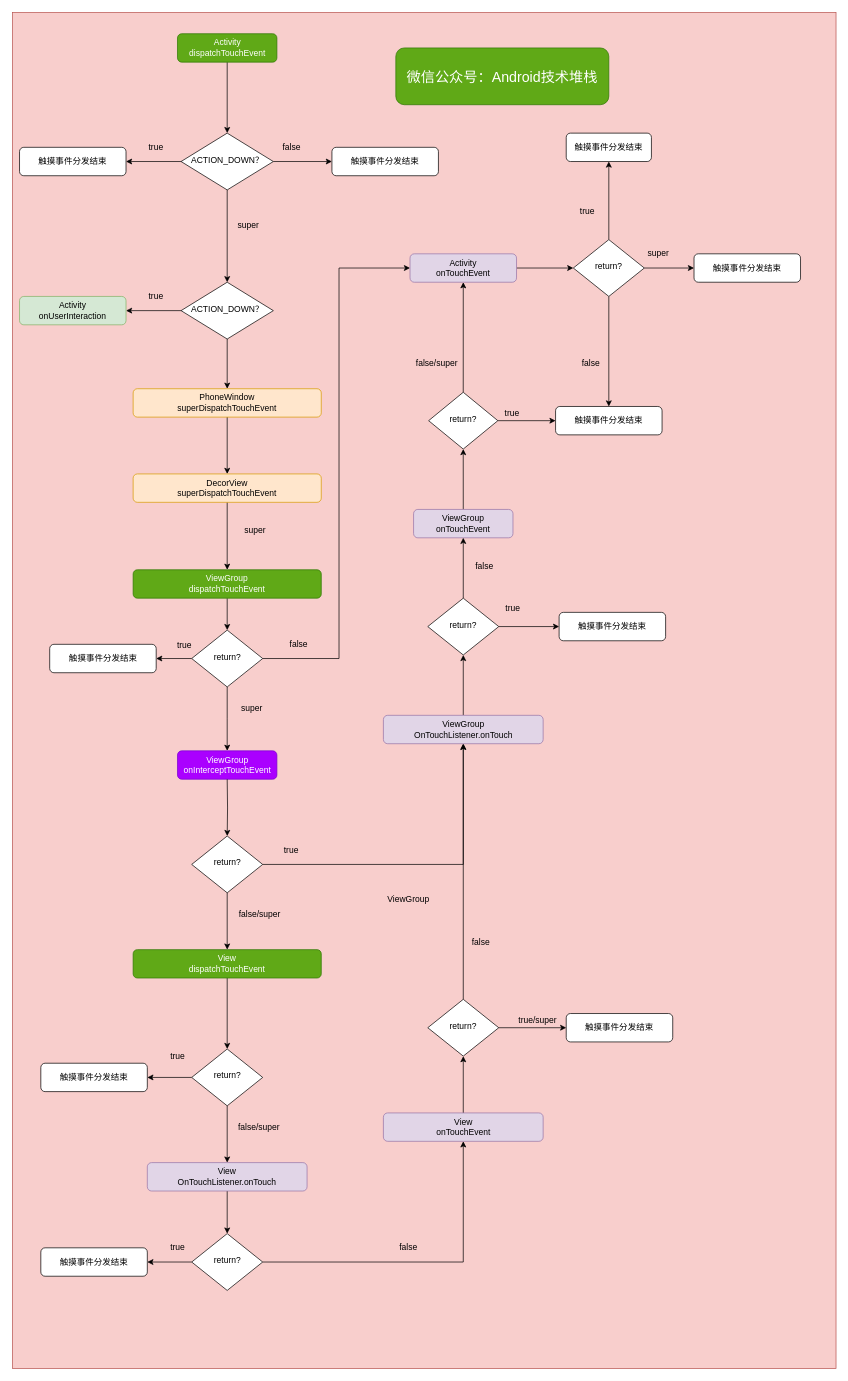
Before: page "触摸事件的分发流程" (2 of 2) of View/Untitled Diagram.drawio in chaozhouzhang/learning-summary, a draw.io diagram. Source tidied: cells renumbered, new cells numbered last; positions are measured from the earlier drawing's top-left corner, leaving out a move shared by most shapes. Both pictures are drawn from the tidied source at 71%, with x=0, y=0 at pixel (12, 12).
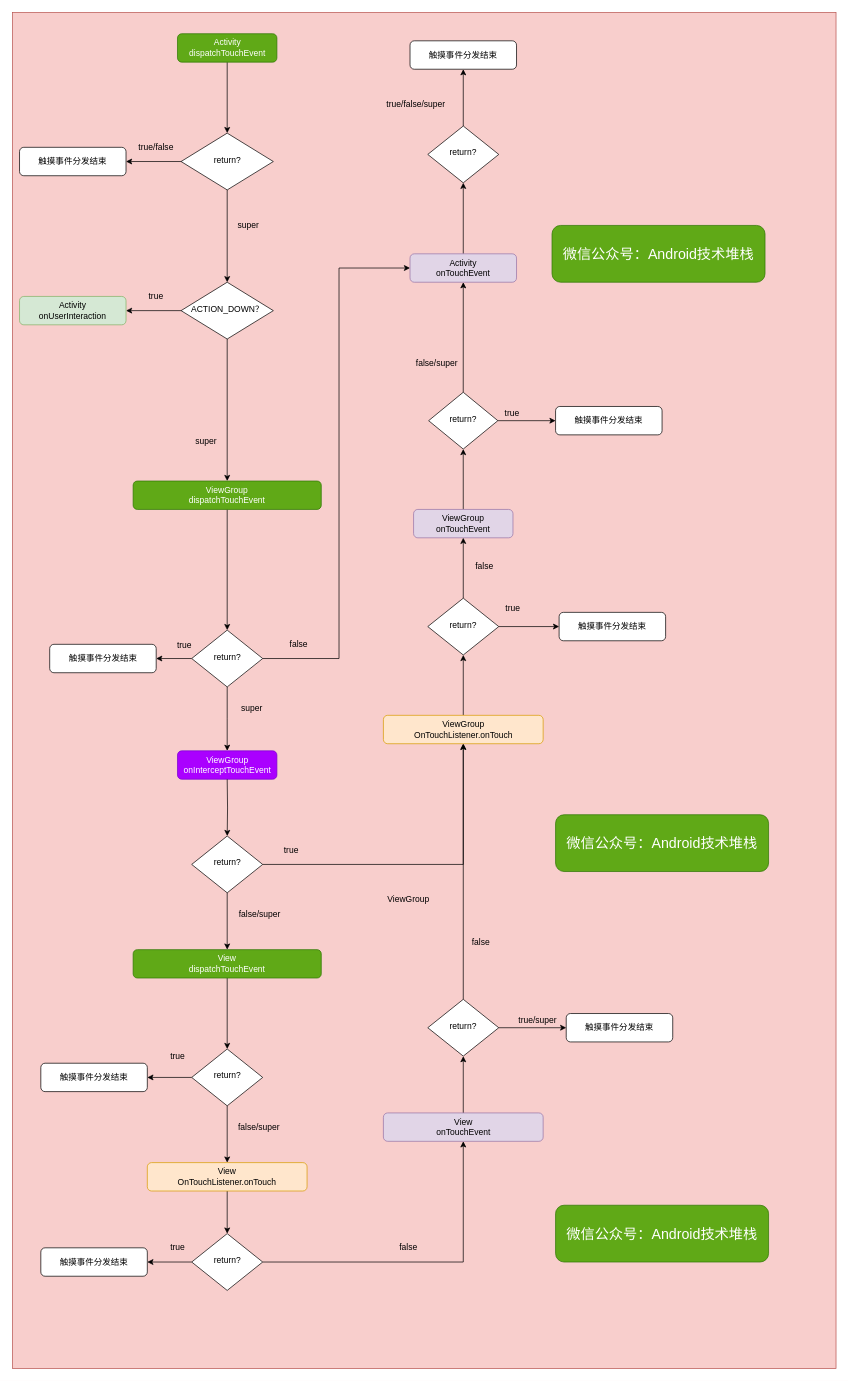
Above is the later version.

Unchanged cells that the change refers to:
```xml
<mxCell id="6" value="ACTION_DOWN？" style="rhombus;whiteSpace=wrap;html=1;shadow=0;fontFamily=Helvetica;fontSize=12;align=center;strokeWidth=1;spacing=6;spacingTop=-4;" parent="1" vertex="1">
  <mxGeometry x="237.5" y="380" width="130" height="80" as="geometry" />
</mxCell>
<mxCell id="25" value="&lt;span&gt;触摸事件分发结束&lt;/span&gt;" style="rounded=1;whiteSpace=wrap;html=1;fontSize=12;glass=0;strokeWidth=1;shadow=0;" parent="1" vertex="1">
  <mxGeometry x="765" y="555" width="150" height="40" as="geometry" />
</mxCell>
```

Change to the diagram source:
```diff
@@
-    <mxCell id="3" style="edgeStyle=orthogonalEdgeStyle;rounded=0;jettySize=auto;html=1;exitX=0.5;exitY=1;exitDx=0;exitDy=0;" parent="1" edge="1" source="31" target="8">
+    <mxCell id="3" style="edgeStyle=orthogonalEdgeStyle;rounded=0;jettySize=auto;html=1;exitX=0.5;exitY=1;exitDx=0;exitDy=0;" parent="1" edge="1" source="6" target="8">
       <mxGeometry relative="1" as="geometry" />
     </mxCell>
@@
-    <mxCell id="5" style="edgeStyle=orthogonalEdgeStyle;rounded=0;jettySize=auto;html=1;" parent="1" edge="1" source="6" target="30">
-      <mxGeometry relative="1" as="geometry" />
-    </mxCell>
@@
     <mxCell id="8" value="ViewGroup&lt;br&gt;dispatchTouchEvent" style="rounded=1;whiteSpace=wrap;html=1;fontSize=12;glass=0;strokeWidth=1;shadow=0;fillColor=#60a917;strokeColor=#2D7600;fontColor=#ffffff;" parent="1" vertex="1">
-      <mxGeometry x="170" y="785" width="265" height="40" as="geometry" />
+      <mxGeometry x="170" y="660" width="265" height="40" as="geometry" />
     </mxCell>
@@
-    <mxCell id="21" style="edgeStyle=orthogonalEdgeStyle;rounded=0;jettySize=auto;html=1;" parent="1" edge="1" source="24" target="25">
-      <mxGeometry relative="1" as="geometry" />
-    </mxCell>
-    <mxCell id="22" style="edgeStyle=orthogonalEdgeStyle;rounded=0;jettySize=auto;html=1;entryX=0.5;entryY=1;entryDx=0;entryDy=0;" parent="1" edge="1" source="24" target="26">
-      <mxGeometry relative="1" as="geometry" />
-    </mxCell>
-    <mxCell id="23" style="edgeStyle=orthogonalEdgeStyle;rounded=0;jettySize=auto;html=1;fontSize=12;" parent="1" edge="1" source="24" target="85">
-      <mxGeometry relative="1" as="geometry" />
-    </mxCell>
+    <mxCell id="94" style="edgeStyle=orthogonalEdgeStyle;rounded=0;jettySize=auto;html=1;fontSize=12;" parent="1" edge="1" source="24" target="81">
+      <mxGeometry relative="1" as="geometry" />
+    </mxCell>
     <mxCell id="24" value="return?" style="rhombus;whiteSpace=wrap;html=1;shadow=0;fontFamily=Helvetica;fontSize=12;align=center;strokeWidth=1;spacing=6;spacingTop=-4;" parent="1" vertex="1">
-      <mxGeometry x="790" y="320" width="100" height="80" as="geometry" />
+      <mxGeometry x="585" y="160" width="100" height="80" as="geometry" />
     </mxCell>
@@
-    <mxCell id="26" value="触摸事件分发结束" style="rounded=1;whiteSpace=wrap;html=1;fontSize=12;glass=0;strokeWidth=1;shadow=0;" parent="1" vertex="1">
-      <mxGeometry x="780" y="170" width="120" height="40" as="geometry" />
-    </mxCell>
-    <mxCell id="27" value="true" style="text;html=1;strokeColor=none;fillColor=none;align=center;verticalAlign=middle;whiteSpace=wrap;rounded=0;" parent="1" vertex="1">
-      <mxGeometry x="790" y="270" width="40" height="20" as="geometry" />
-    </mxCell>
-    <mxCell id="28" value="false" style="text;html=1;strokeColor=none;fillColor=none;align=center;verticalAlign=middle;whiteSpace=wrap;rounded=0;" parent="1" vertex="1">
-      <mxGeometry x="795" y="485" width="40" height="20" as="geometry" />
-    </mxCell>
-    <mxCell id="29" style="edgeStyle=orthogonalEdgeStyle;rounded=0;jettySize=auto;html=1;entryX=0.5;entryY=0;entryDx=0;entryDy=0;" parent="1" edge="1" source="30" target="31">
-      <mxGeometry relative="1" as="geometry" />
-    </mxCell>
-    <mxCell id="30" value="PhoneWindow&lt;br&gt;superDispatchTouchEvent" style="rounded=1;whiteSpace=wrap;html=1;fontSize=12;glass=0;strokeWidth=1;shadow=0;fillColor=#ffe6cc;strokeColor=#d79b00;" parent="1" vertex="1">
-      <mxGeometry x="170" y="530" width="265" height="40" as="geometry" />
-    </mxCell>
-    <mxCell id="31" value="DecorView&lt;br&gt;superDispatchTouchEvent" style="rounded=1;whiteSpace=wrap;html=1;fontSize=12;glass=0;strokeWidth=1;shadow=0;fillColor=#ffe6cc;strokeColor=#d79b00;" parent="1" vertex="1">
-      <mxGeometry x="170" y="650" width="265" height="40" as="geometry" />
-    </mxCell>
     <mxCell id="32" value="super" style="text;html=1;strokeColor=none;fillColor=none;align=center;verticalAlign=middle;whiteSpace=wrap;rounded=0;" parent="1" vertex="1">
-      <mxGeometry x="322" y="720" width="40" height="20" as="geometry" />
+      <mxGeometry x="252.5" y="595" width="40" height="20" as="geometry" />
     </mxCell>
@@
     <mxCell id="49" value="微信公众号：Android技术堆栈" style="rounded=1;whiteSpace=wrap;html=1;fontSize=20;glass=0;strokeWidth=1;shadow=0;fillColor=#60a917;strokeColor=#2D7600;fontColor=#ffffff;" parent="1" vertex="1">
-      <mxGeometry x="540" y="50" width="300" height="80" as="geometry" />
+      <mxGeometry x="765" y="1130" width="300" height="80" as="geometry" />
     </mxCell>
@@
-    <mxCell id="51" value="&lt;span&gt;View&lt;br&gt;OnTouchListener.onTouch&lt;/span&gt;" style="rounded=1;whiteSpace=wrap;html=1;fontSize=12;glass=0;strokeWidth=1;shadow=0;fillColor=#e1d5e7;strokeColor=#9673a6;" parent="1" vertex="1">
+    <mxCell id="51" value="&lt;span&gt;View&lt;br&gt;OnTouchListener.onTouch&lt;/span&gt;" style="rounded=1;whiteSpace=wrap;html=1;fontSize=12;glass=0;strokeWidth=1;shadow=0;fillColor=#ffe6cc;strokeColor=#d79b00;" parent="1" vertex="1">
       <mxGeometry x="190" y="1620" width="225" height="40" as="geometry" />
     </mxCell>
@@
-    <mxCell id="66" value="&lt;span&gt;ViewGroup&lt;br&gt;OnTouchListener.onTouch&lt;/span&gt;" style="rounded=1;whiteSpace=wrap;html=1;fontSize=12;glass=0;strokeWidth=1;shadow=0;fillColor=#e1d5e7;strokeColor=#9673a6;" parent="1" vertex="1">
+    <mxCell id="66" value="&lt;span&gt;ViewGroup&lt;br&gt;OnTouchListener.onTouch&lt;/span&gt;" style="rounded=1;whiteSpace=wrap;html=1;fontSize=12;glass=0;strokeWidth=1;shadow=0;fillColor=#ffe6cc;strokeColor=#d79b00;" parent="1" vertex="1">
       <mxGeometry x="522.5" y="990" width="225" height="40" as="geometry" />
     </mxCell>
@@
-    <mxCell id="78" style="edgeStyle=orthogonalEdgeStyle;rounded=0;jettySize=auto;html=1;fontSize=12;" parent="1" edge="1" source="79" target="81">
-      <mxGeometry relative="1" as="geometry" />
-    </mxCell>
-    <mxCell id="79" value="ACTION_DOWN？" style="rhombus;whiteSpace=wrap;html=1;shadow=0;fontFamily=Helvetica;fontSize=12;align=center;strokeWidth=1;spacing=6;spacingTop=-4;" parent="1" vertex="1">
+    <mxCell id="79" value="return?" style="rhombus;whiteSpace=wrap;html=1;shadow=0;fontFamily=Helvetica;fontSize=12;align=center;strokeWidth=1;spacing=6;spacingTop=-4;" parent="1" vertex="1">
       <mxGeometry x="237.5" y="170" width="130" height="80" as="geometry" />
     </mxCell>
@@
     <mxCell id="81" value="&lt;span&gt;触摸事件分发结束&lt;/span&gt;" style="rounded=1;whiteSpace=wrap;html=1;fontSize=12;glass=0;strokeWidth=1;shadow=0;" parent="1" vertex="1">
-      <mxGeometry x="450" y="190" width="150" height="40" as="geometry" />
+      <mxGeometry x="560" y="40" width="150" height="40" as="geometry" />
     </mxCell>
-    <mxCell id="82" value="true" style="text;html=1;align=center;verticalAlign=middle;" parent="1" vertex="1">
-      <mxGeometry x="181.5" y="180" width="40" height="20" as="geometry" />
+    <mxCell id="82" value="true/false" style="text;html=1;align=center;verticalAlign=middle;" parent="1" vertex="1">
+      <mxGeometry x="171.5" y="180" width="60" height="20" as="geometry" />
     </mxCell>
-    <mxCell id="83" value="false" style="text;html=1;align=center;verticalAlign=middle;" parent="1" vertex="1">
-      <mxGeometry x="372.5" y="180" width="40" height="20" as="geometry" />
-    </mxCell>
@@
-    <mxCell id="85" value="&lt;span&gt;触摸事件分发结束&lt;/span&gt;" style="rounded=1;whiteSpace=wrap;html=1;fontSize=12;glass=0;strokeWidth=1;shadow=0;" parent="1" vertex="1">
-      <mxGeometry x="960" y="340" width="150" height="40" as="geometry" />
-    </mxCell>
-    <mxCell id="86" value="super" style="text;html=1;strokeColor=none;fillColor=none;align=center;verticalAlign=middle;whiteSpace=wrap;rounded=0;" parent="1" vertex="1">
-      <mxGeometry x="890" y="330" width="40" height="20" as="geometry" />
-    </mxCell>
@@
+    <mxCell id="95" value="true/false/super" style="text;html=1;align=center;verticalAlign=middle;" parent="1" vertex="1">
+      <mxGeometry x="517.5" y="120" width="100" height="20" as="geometry" />
+    </mxCell>
+    <mxCell id="96" value="微信公众号：Android技术堆栈" style="rounded=1;whiteSpace=wrap;html=1;fontSize=20;glass=0;strokeWidth=1;shadow=0;fillColor=#60a917;strokeColor=#2D7600;fontColor=#ffffff;" parent="1" vertex="1">
+      <mxGeometry x="765" y="1680" width="300" height="80" as="geometry" />
+    </mxCell>
+    <mxCell id="97" value="微信公众号：Android技术堆栈" style="rounded=1;whiteSpace=wrap;html=1;fontSize=20;glass=0;strokeWidth=1;shadow=0;fillColor=#60a917;strokeColor=#2D7600;fontColor=#ffffff;" parent="1" vertex="1">
+      <mxGeometry x="760" y="300" width="300" height="80" as="geometry" />
+    </mxCell>
```
